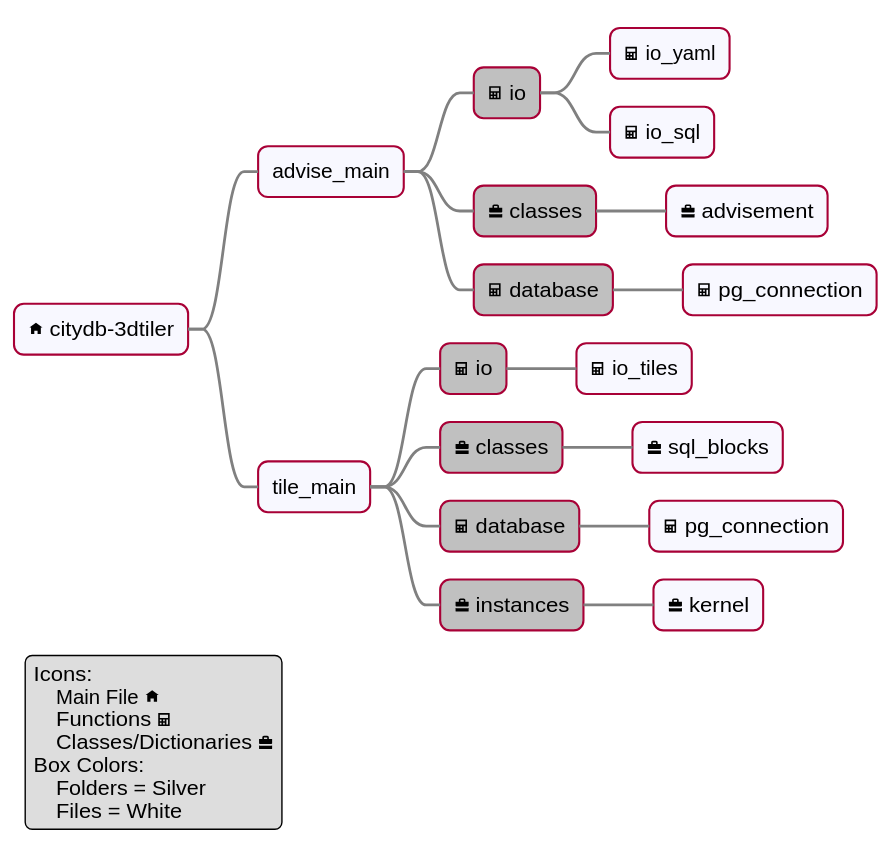
The PlantUML diagram docs/images/app_mapp.svg in tum-gis/citydb-3dtiler, before a commit.
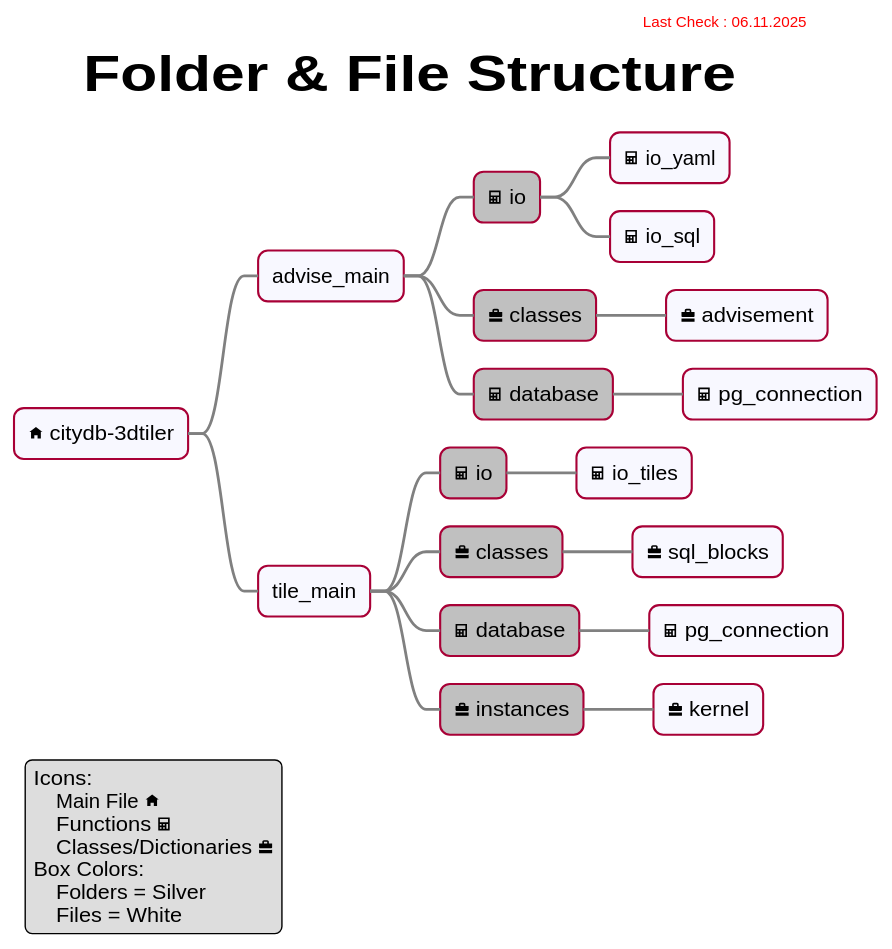
After the change.

Diff of the diagram source:
```diff
@@ -34,6 +34,12 @@
 
 }
 
+title Folder & File Structure
+
+right header
+<font color=red size=10> Last Check : 06.11.2025</font>
+endheader
+
 *[#ghostwhite] <&home> citydb-3dtiler
 **[#ghostwhite] advise_main
 ***[#silver] <&calculator> io
```
